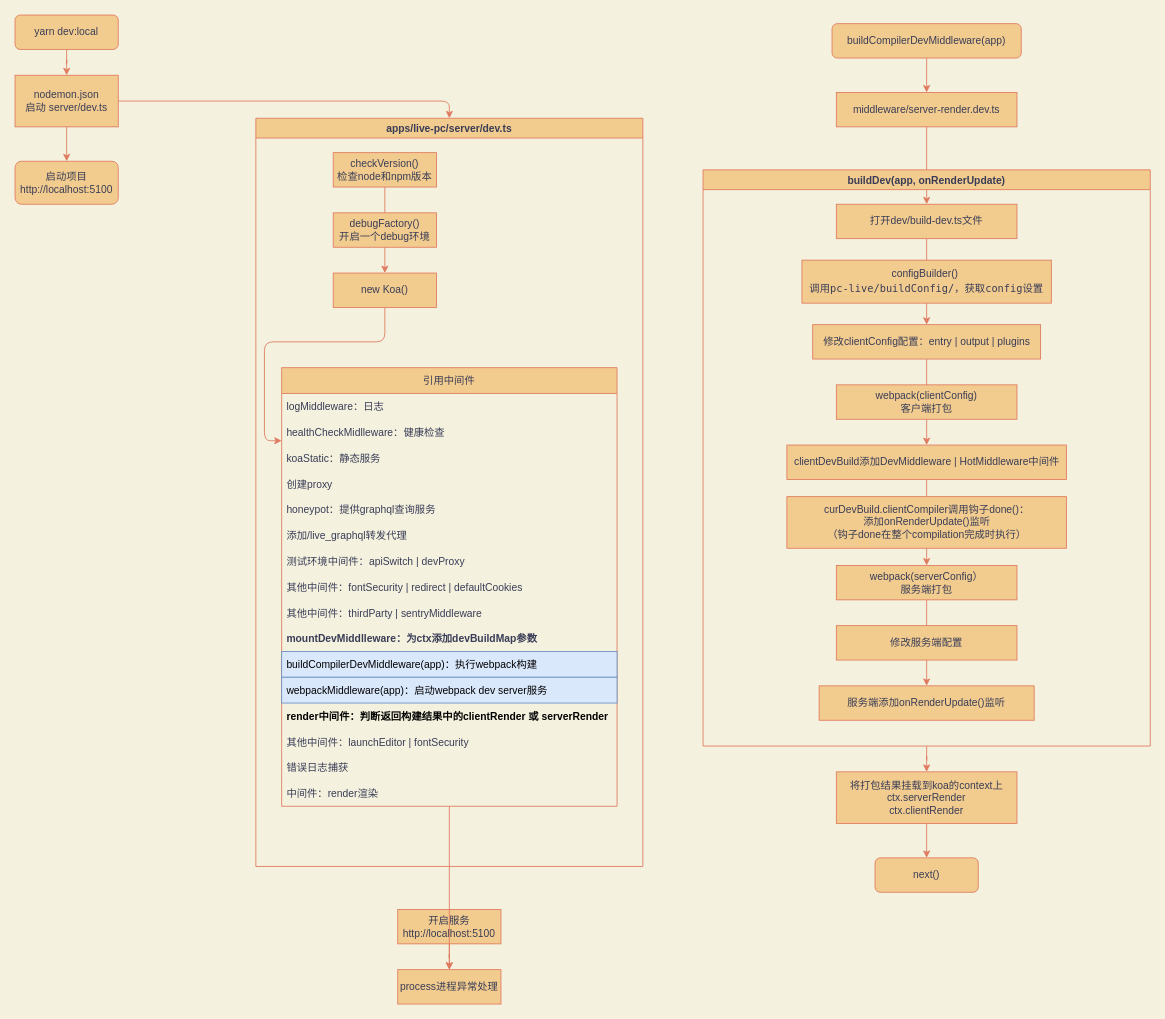
This is page "Page-1" (1 of 4) of graph-project.drawio from freshhan163/baiduAcademy, a draw.io file, before an edit. Source tidied: cells renumbered, new cells numbered last; positions are measured from the earlier drawing's top-left corner, leaving out a move shared by most shapes. Both pictures are drawn from the tidied source at 86%, with x=0, y=0 at pixel (15, 15).
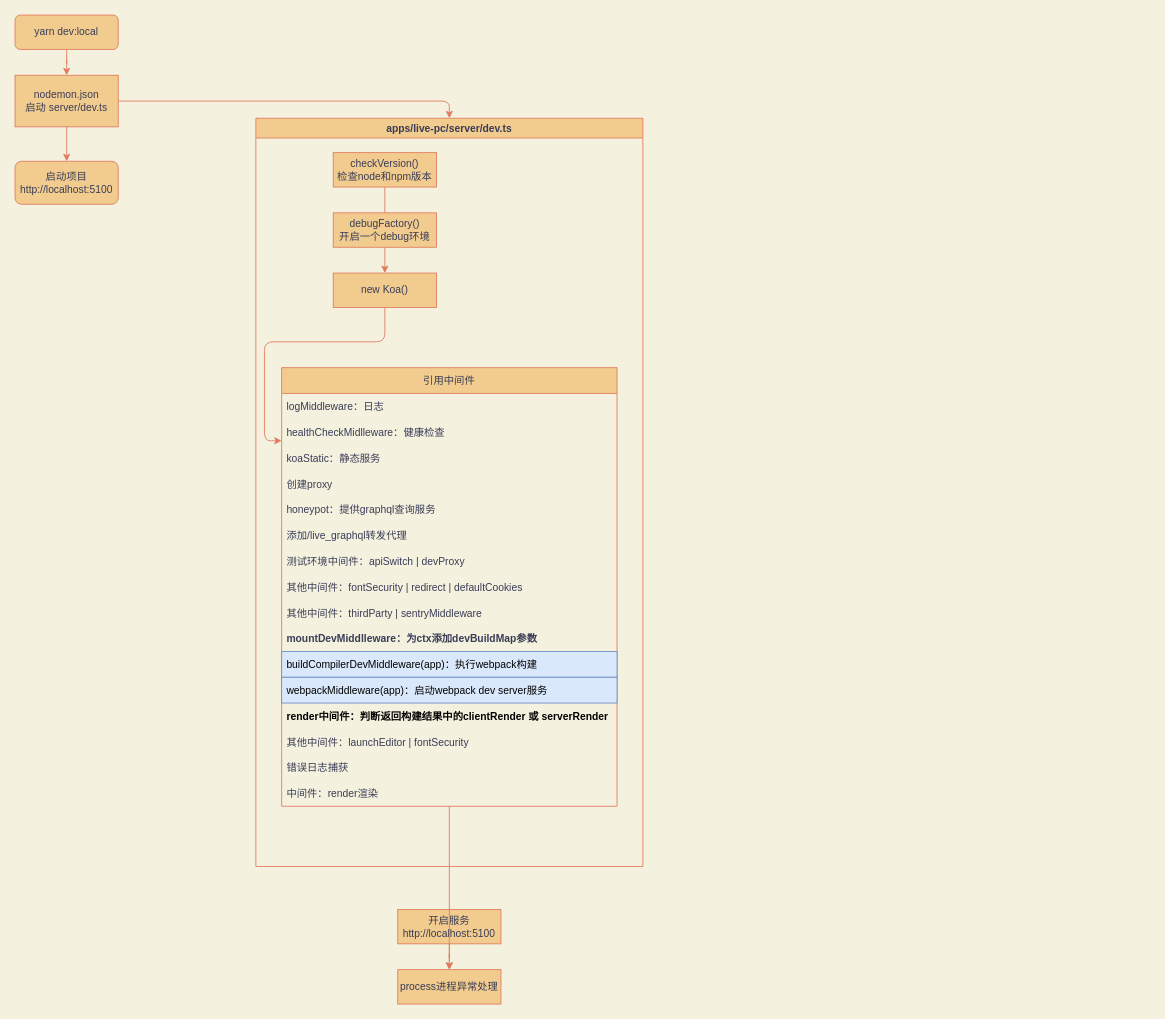
Above is the later version.

What changed in the source:
```diff
@@
-    <mxCell id="31" style="edgeStyle=orthogonalEdgeStyle;curved=0;rounded=1;sketch=0;jettySize=auto;html=1;fontColor=#393C56;strokeColor=#E07A5F;fillColor=#F2CC8F;" parent="1" edge="1" source="32" target="34">
-      <mxGeometry relative="1" as="geometry" />
-    </mxCell>
-    <mxCell id="32" value="buildCompilerDevMiddleware(app)" style="rounded=1;whiteSpace=wrap;html=1;fontSize=12;glass=0;strokeWidth=1;shadow=0;fillColor=#F2CC8F;strokeColor=#E07A5F;fontColor=#393C56;" parent="1" vertex="1">
-      <mxGeometry x="950" y="10" width="220" height="40" as="geometry" />
-    </mxCell>
-    <mxCell id="33" style="edgeStyle=orthogonalEdgeStyle;curved=0;rounded=1;sketch=0;jettySize=auto;html=1;fontColor=#393C56;strokeColor=#E07A5F;fillColor=#F2CC8F;" parent="1" edge="1" source="34" target="40">
-      <mxGeometry relative="1" as="geometry" />
-    </mxCell>
-    <mxCell id="34" value="middleware/server-render.dev.ts" style="rounded=0;whiteSpace=wrap;html=1;sketch=0;fontColor=#393C56;strokeColor=#E07A5F;fillColor=#F2CC8F;" parent="1" vertex="1">
-      <mxGeometry x="955" y="90" width="210" height="40" as="geometry" />
-    </mxCell>
-    <mxCell id="35" style="edgeStyle=orthogonalEdgeStyle;curved=0;rounded=1;sketch=0;jettySize=auto;html=1;fontColor=#393C56;strokeColor=#E07A5F;fillColor=#F2CC8F;" parent="1" edge="1" source="36" target="52">
-      <mxGeometry relative="1" as="geometry" />
-    </mxCell>
-    <mxCell id="36" value="将打包结果挂载到koa的context上&lt;br&gt;ctx.serverRender&lt;br&gt;ctx.clientRender" style="rounded=0;whiteSpace=wrap;html=1;sketch=0;fontColor=#393C56;strokeColor=#E07A5F;fillColor=#F2CC8F;" parent="1" vertex="1">
-      <mxGeometry x="955" y="880" width="210" height="60" as="geometry" />
-    </mxCell>
-    <mxCell id="37" style="edgeStyle=orthogonalEdgeStyle;curved=0;rounded=1;sketch=0;jettySize=auto;html=1;fontColor=#393C56;strokeColor=#E07A5F;fillColor=#F2CC8F;" parent="1" edge="1" source="38" target="36">
-      <mxGeometry relative="1" as="geometry" />
-    </mxCell>
-    <mxCell id="38" value="buildDev(app, onRenderUpdate)" style="swimlane;rounded=0;sketch=0;fontColor=#393C56;strokeColor=#E07A5F;fillColor=#F2CC8F;" parent="1" vertex="1">
-      <mxGeometry x="800" y="180" width="520" height="670" as="geometry" />
-    </mxCell>
-    <mxCell id="39" style="edgeStyle=orthogonalEdgeStyle;curved=0;rounded=1;sketch=0;jettySize=auto;html=1;fontColor=#393C56;strokeColor=#E07A5F;fillColor=#F2CC8F;" parent="38" edge="1" source="40" target="43">
-      <mxGeometry relative="1" as="geometry" />
-    </mxCell>
-    <mxCell id="40" value="打开dev/build-dev.ts文件" style="rounded=0;whiteSpace=wrap;html=1;sketch=0;fontColor=#393C56;strokeColor=#E07A5F;fillColor=#F2CC8F;" parent="38" vertex="1">
-      <mxGeometry x="155" y="40" width="210" height="40" as="geometry" />
-    </mxCell>
-    <mxCell id="41" value="configBuilder()&amp;nbsp;&lt;br&gt;&lt;div style=&quot;font-family: &amp;#34;menlo&amp;#34; , &amp;#34;monaco&amp;#34; , &amp;#34;courier new&amp;#34; , monospace ; line-height: 18px&quot;&gt;调用pc-live/buildConfig/，获取config设置&lt;/div&gt;" style="rounded=0;whiteSpace=wrap;html=1;sketch=0;fontColor=#393C56;strokeColor=#E07A5F;fillColor=#F2CC8F;" parent="38" vertex="1">
-      <mxGeometry x="115" y="105" width="290" height="50" as="geometry" />
-    </mxCell>
-    <mxCell id="42" style="edgeStyle=orthogonalEdgeStyle;curved=0;rounded=1;sketch=0;jettySize=auto;html=1;fontColor=#393C56;strokeColor=#E07A5F;fillColor=#F2CC8F;" parent="38" edge="1" source="43" target="46">
-      <mxGeometry relative="1" as="geometry" />
-    </mxCell>
-    <mxCell id="43" value="修改clientConfig配置：entry | output | plugins" style="rounded=0;whiteSpace=wrap;html=1;sketch=0;fontColor=#393C56;strokeColor=#E07A5F;fillColor=#F2CC8F;" parent="38" vertex="1">
-      <mxGeometry x="127.5" y="180" width="265" height="40" as="geometry" />
-    </mxCell>
-    <mxCell id="44" value="webpack(clientConfig)&lt;br&gt;客户端打包" style="rounded=0;whiteSpace=wrap;html=1;sketch=0;fontColor=#393C56;strokeColor=#E07A5F;fillColor=#F2CC8F;" parent="38" vertex="1">
-      <mxGeometry x="155" y="250" width="210" height="40" as="geometry" />
-    </mxCell>
-    <mxCell id="45" style="edgeStyle=orthogonalEdgeStyle;curved=0;rounded=1;sketch=0;jettySize=auto;html=1;fontColor=#393C56;strokeColor=#E07A5F;fillColor=#F2CC8F;" parent="38" edge="1" source="46" target="49">
-      <mxGeometry relative="1" as="geometry" />
-    </mxCell>
-    <mxCell id="46" value="clientDevBuild添加DevMiddleware | HotMiddleware中间件" style="rounded=0;whiteSpace=wrap;html=1;sketch=0;fontColor=#393C56;strokeColor=#E07A5F;fillColor=#F2CC8F;" parent="38" vertex="1">
-      <mxGeometry x="97.5" y="320" width="325" height="40" as="geometry" />
-    </mxCell>
-    <mxCell id="47" value="curDevBuild.clientCompiler调用钩子done()：&lt;br&gt;添加onRenderUpdate()监听&lt;br&gt;（钩子done在整个compilation完成时执行）" style="rounded=0;whiteSpace=wrap;html=1;sketch=0;fontColor=#393C56;strokeColor=#E07A5F;fillColor=#F2CC8F;" parent="38" vertex="1">
-      <mxGeometry x="97.5" y="380" width="325" height="60" as="geometry" />
-    </mxCell>
-    <mxCell id="48" style="edgeStyle=orthogonalEdgeStyle;curved=0;rounded=1;sketch=0;jettySize=auto;html=1;fontColor=#393C56;strokeColor=#E07A5F;fillColor=#F2CC8F;" parent="38" edge="1" source="49" target="51">
-      <mxGeometry relative="1" as="geometry" />
-    </mxCell>
-    <mxCell id="49" value="webpack(serverConfig）&lt;br&gt;服务端打包" style="rounded=0;whiteSpace=wrap;html=1;sketch=0;fontColor=#393C56;strokeColor=#E07A5F;fillColor=#F2CC8F;" parent="38" vertex="1">
-      <mxGeometry x="155" y="460" width="210" height="40" as="geometry" />
-    </mxCell>
-    <mxCell id="50" value="修改服务端配置" style="rounded=0;whiteSpace=wrap;html=1;sketch=0;fontColor=#393C56;strokeColor=#E07A5F;fillColor=#F2CC8F;" parent="38" vertex="1">
-      <mxGeometry x="155" y="530" width="210" height="40" as="geometry" />
-    </mxCell>
-    <mxCell id="51" value="服务端添加onRenderUpdate()监听" style="rounded=0;whiteSpace=wrap;html=1;sketch=0;fontColor=#393C56;strokeColor=#E07A5F;fillColor=#F2CC8F;" parent="38" vertex="1">
-      <mxGeometry x="135" y="600" width="250" height="40" as="geometry" />
-    </mxCell>
-    <mxCell id="52" value="next()" style="rounded=1;whiteSpace=wrap;html=1;labelBackgroundColor=none;sketch=0;fontColor=#393C56;strokeColor=#E07A5F;fillColor=#F2CC8F;" parent="1" vertex="1">
-      <mxGeometry x="1000" y="980" width="120" height="40" as="geometry" />
-    </mxCell>
```
